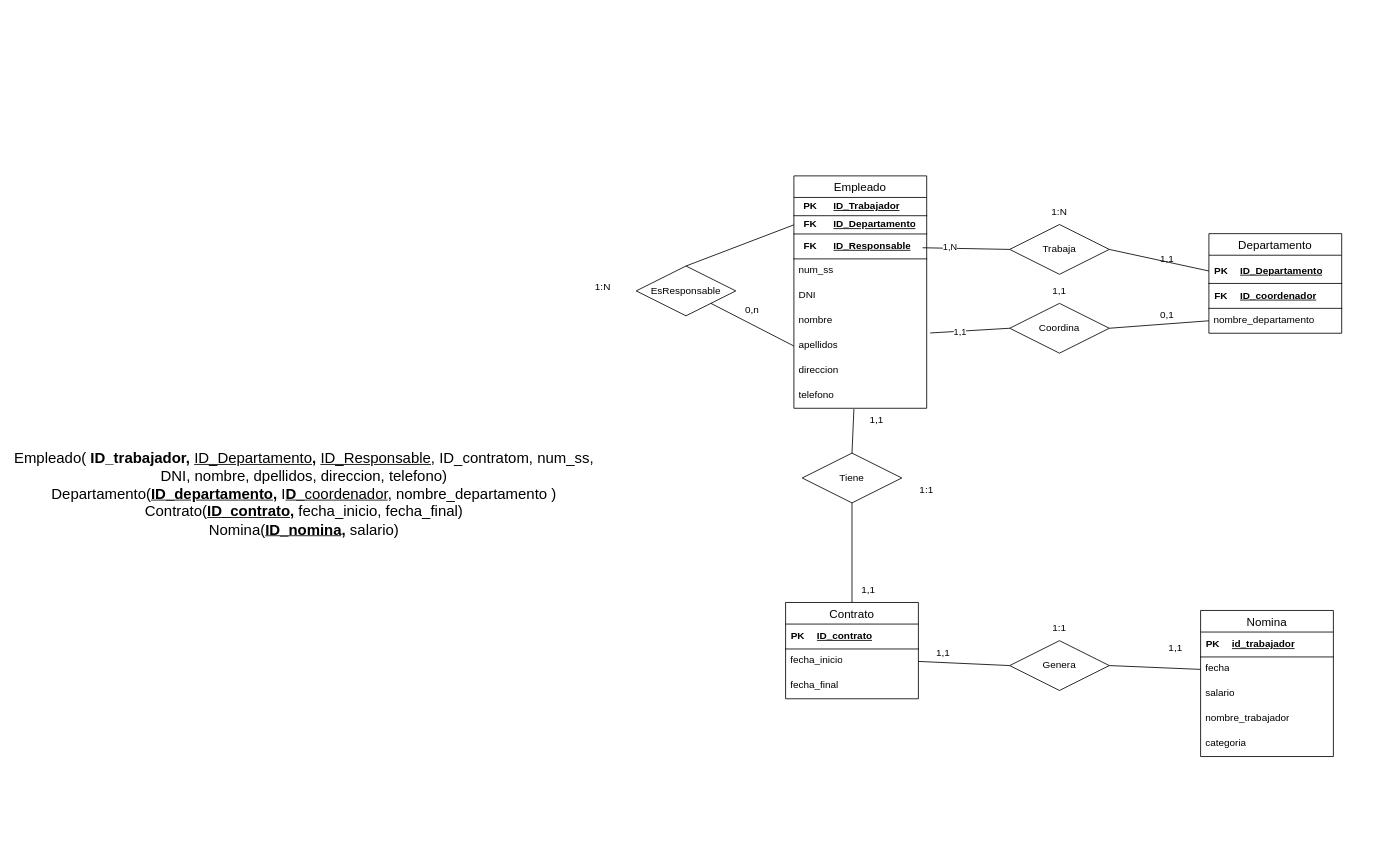
The draw.io diagram Ejercicio07.drawio in Daninuro/diagrames-cvf-dn-mpl-n-11102023, before the edit. Source tidied: cells renumbered, new cells numbered last; positions are measured from the earlier drawing's top-left corner, leaving out a move shared by most shapes. Both pictures are drawn from the tidied source at 83%, with x=0, y=0 at pixel (30, 175).
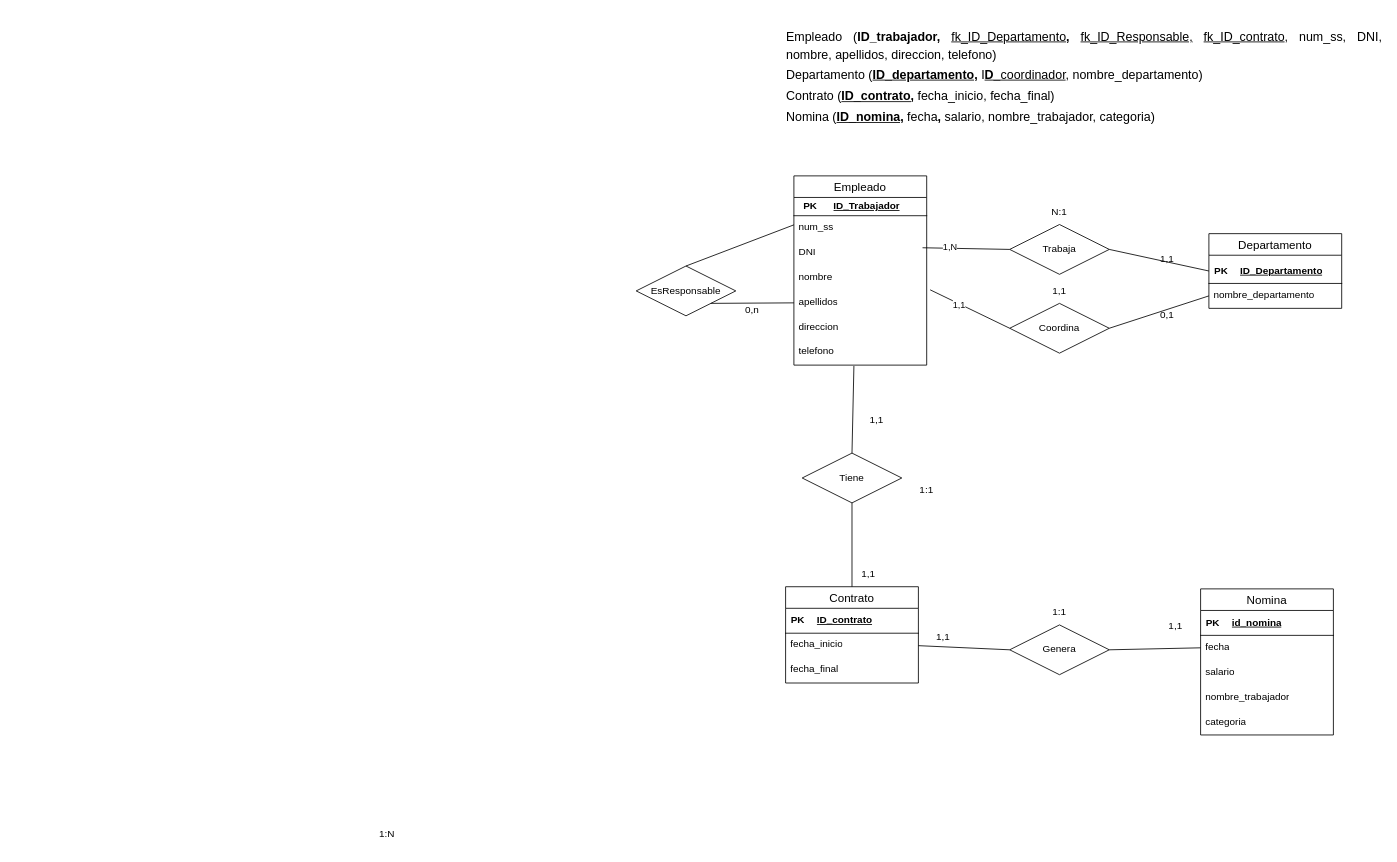
The same page after the edit.

Unchanged cells that the change refers to:
```xml
<mxCell id="37" style="shape=tableRow;horizontal=0;startSize=0;swimlaneHead=0;swimlaneBody=0;fillColor=none;top=0;left=0;right=0;bottom=1;" parent="36" vertex="1">
  <mxGeometry width="160" height="30" as="geometry" />
</mxCell>
<mxCell id="62" value="EsResponsable" style="shape=rhombus;perimeter=rhombusPerimeter;whiteSpace=wrap;html=1;align=center;" parent="1" vertex="1">
  <mxGeometry x="730" y="109" width="120" height="60" as="geometry" />
</mxCell>
```

What changed in the source:
```diff
@@
     <mxCell id="2" value="Empleado" style="swimlane;fontStyle=0;horizontal=1;startSize=26;align=center;fontSize=14;" parent="1" vertex="1">
-      <mxGeometry x="920" y="0.4" width="160" height="280" as="geometry" />
+      <mxGeometry x="920" y="0.4" width="160" height="228" as="geometry" />
     </mxCell>
     <mxCell id="3" style="shape=table;startSize=0;childLayout=tableLayout;rowLines=0;fontStyle=0;align=center;strokeColor=none;fillColor=none;" parent="2" vertex="1">
-      <mxGeometry y="26" width="160" height="74" as="geometry" />
+      <mxGeometry y="26" width="160" height="22" as="geometry" />
     </mxCell>
@@
-    <mxCell id="7" style="shape=tableRow;horizontal=0;startSize=0;swimlaneHead=0;swimlaneBody=0;fillColor=none;points=[[0,0.5],[1,0.5]];portConstraint=eastwest;top=0;left=0;right=0;bottom=1;" parent="3" vertex="1">
-      <mxGeometry y="22" width="160" height="22" as="geometry" />
-    </mxCell>
-    <mxCell id="8" value="FK" style="shape=partialRectangle;fillColor=none;top=0;left=0;bottom=0;right=0;fontStyle=1;overflow=hidden;whiteSpace=wrap;html=1;" parent="7" vertex="1">
-      <mxGeometry width="40" height="22" as="geometry" />
-    </mxCell>
-    <mxCell id="9" value="ID_Departamento" style="shape=partialRectangle;fillColor=none;top=0;left=0;bottom=0;right=0;align=left;spacingLeft=6;fontStyle=5;overflow=hidden;whiteSpace=wrap;html=1;" parent="7" vertex="1">
-      <mxGeometry x="40" width="120" height="22" as="geometry" />
-    </mxCell>
-    <mxCell id="10" style="shape=tableRow;horizontal=0;startSize=0;swimlaneHead=0;swimlaneBody=0;fillColor=none;top=0;left=0;right=0;bottom=1;" parent="3" vertex="1">
-      <mxGeometry y="44" width="160" height="30" as="geometry" />
-    </mxCell>
-    <mxCell id="11" value="FK" style="shape=partialRectangle;fillColor=none;top=0;left=0;bottom=0;right=0;fontStyle=1;overflow=hidden;whiteSpace=wrap;html=1;" parent="10" vertex="1">
-      <mxGeometry width="40" height="30" as="geometry" />
-    </mxCell>
-    <mxCell id="12" value="ID_Responsable" style="shape=partialRectangle;fillColor=none;top=0;left=0;bottom=0;right=0;align=left;spacingLeft=6;fontStyle=5;overflow=hidden;whiteSpace=wrap;html=1;" parent="10" vertex="1">
-      <mxGeometry x="40" width="120" height="30" as="geometry" />
-    </mxCell>
     <mxCell id="13" value="num_ss" style="text;strokeColor=none;fillColor=none;spacingLeft=4;spacingRight=4;overflow=hidden;fontSize=12;whiteSpace=wrap;html=1;" parent="2" vertex="1">
-      <mxGeometry y="100" width="160" height="30" as="geometry" />
+      <mxGeometry y="48" width="160" height="30" as="geometry" />
     </mxCell>
     <mxCell id="14" value="DNI" style="text;strokeColor=none;fillColor=none;spacingLeft=4;spacingRight=4;overflow=hidden;fontSize=12;whiteSpace=wrap;html=1;" parent="2" vertex="1">
-      <mxGeometry y="130" width="160" height="30" as="geometry" />
+      <mxGeometry y="78" width="160" height="30" as="geometry" />
     </mxCell>
     <mxCell id="15" value="nombre" style="text;strokeColor=none;fillColor=none;spacingLeft=4;spacingRight=4;overflow=hidden;fontSize=12;whiteSpace=wrap;html=1;" parent="2" vertex="1">
-      <mxGeometry y="160" width="160" height="30" as="geometry" />
+      <mxGeometry y="108" width="160" height="30" as="geometry" />
     </mxCell>
     <mxCell id="16" value="apellidos" style="text;strokeColor=none;fillColor=none;spacingLeft=4;spacingRight=4;overflow=hidden;points=[[0,0.5],[1,0.5]];portConstraint=eastwest;fontSize=12;whiteSpace=wrap;html=1;" parent="2" vertex="1">
-      <mxGeometry y="190" width="160" height="30" as="geometry" />
+      <mxGeometry y="138" width="160" height="30" as="geometry" />
     </mxCell>
     <mxCell id="17" value="direccion" style="text;strokeColor=none;fillColor=none;spacingLeft=4;spacingRight=4;overflow=hidden;fontSize=12;whiteSpace=wrap;html=1;" parent="2" vertex="1">
-      <mxGeometry y="220" width="160" height="30" as="geometry" />
+      <mxGeometry y="168" width="160" height="30" as="geometry" />
     </mxCell>
     <mxCell id="18" value="telefono" style="text;strokeColor=none;fillColor=none;spacingLeft=4;spacingRight=4;overflow=hidden;points=[[0,0.5],[1,0.5]];portConstraint=eastwest;fontSize=12;whiteSpace=wrap;html=1;" parent="2" vertex="1">
-      <mxGeometry y="250" width="160" height="30" as="geometry" />
+      <mxGeometry y="198" width="160" height="30" as="geometry" />
     </mxCell>
     <mxCell id="19" value="Contrato" style="swimlane;fontStyle=0;horizontal=1;startSize=26;align=center;fontSize=14;" parent="1" vertex="1">
-      <mxGeometry x="910" y="514.4" width="160" height="116" as="geometry" />
+      <mxGeometry x="910" y="495.4" width="160" height="116" as="geometry" />
     </mxCell>
@@
     <mxCell id="26" value="Departamento" style="swimlane;fontStyle=0;horizontal=1;startSize=26;align=center;fontSize=14;" parent="1" vertex="1">
-      <mxGeometry x="1420" y="70" width="160" height="120" as="geometry" />
+      <mxGeometry x="1420" y="70" width="160" height="90" as="geometry" />
     </mxCell>
     <mxCell id="27" style="shape=table;startSize=4;childLayout=tableLayout;rowLines=0;fontStyle=0;align=center;strokeColor=none;fillColor=none;" parent="26" vertex="1">
-      <mxGeometry y="26" width="160" height="64" as="geometry" />
+      <mxGeometry y="26" width="160" height="34" as="geometry" />
     </mxCell>
@@
-    <mxCell id="31" style="shape=tableRow;horizontal=0;startSize=0;swimlaneHead=0;swimlaneBody=0;fillColor=none;top=0;left=0;right=0;bottom=1;" parent="27" vertex="1">
-      <mxGeometry y="34" width="160" height="30" as="geometry" />
-    </mxCell>
-    <mxCell id="32" value="FK" style="shape=partialRectangle;fillColor=none;top=0;left=0;bottom=0;right=0;fontStyle=1;overflow=hidden;whiteSpace=wrap;html=1;" parent="31" vertex="1">
-      <mxGeometry width="30" height="30" as="geometry" />
-    </mxCell>
-    <mxCell id="33" value="ID_coordenador" style="shape=partialRectangle;fillColor=none;top=0;left=0;bottom=0;right=0;align=left;spacingLeft=6;fontStyle=5;overflow=hidden;whiteSpace=wrap;html=1;" parent="31" vertex="1">
-      <mxGeometry x="30" width="130" height="30" as="geometry" />
-    </mxCell>
     <mxCell id="34" value="nombre_departamento" style="text;strokeColor=none;fillColor=none;spacingLeft=4;spacingRight=4;overflow=hidden;points=[[0,0.5],[1,0.5]];portConstraint=eastwest;fontSize=12;whiteSpace=wrap;html=1;" parent="26" vertex="1">
-      <mxGeometry y="90" width="160" height="30" as="geometry" />
+      <mxGeometry y="60" width="160" height="30" as="geometry" />
     </mxCell>
     <mxCell id="35" value="Nomina" style="swimlane;fontStyle=0;horizontal=1;startSize=26;align=center;fontSize=14;" parent="1" vertex="1">
-      <mxGeometry x="1410" y="524" width="160" height="176" as="geometry" />
+      <mxGeometry x="1410" y="498" width="160" height="176" as="geometry" />
     </mxCell>
@@
-    <mxCell id="39" value="id_trabajador" style="shape=partialRectangle;fillColor=none;top=0;left=0;bottom=0;right=0;align=left;spacingLeft=6;fontStyle=5;overflow=hidden;whiteSpace=wrap;html=1;" parent="37" vertex="1">
+    <mxCell id="39" value="id_nomina" style="shape=partialRectangle;fillColor=none;top=0;left=0;bottom=0;right=0;align=left;spacingLeft=6;fontStyle=5;overflow=hidden;whiteSpace=wrap;html=1;" parent="37" vertex="1">
       <mxGeometry x="30" width="130" height="30" as="geometry" />
     </mxCell>
@@
     <mxCell id="45" value="Genera" style="shape=rhombus;perimeter=rhombusPerimeter;whiteSpace=wrap;html=1;align=center;" parent="1" vertex="1">
-      <mxGeometry x="1180" y="560.4" width="120" height="60" as="geometry" />
+      <mxGeometry x="1180" y="541.4" width="120" height="60" as="geometry" />
     </mxCell>
@@
-    <mxCell id="55" value="1:N" style="text;html=1;strokeColor=none;fillColor=none;align=center;verticalAlign=middle;whiteSpace=wrap;rounded=0;" parent="1" vertex="1">
+    <mxCell id="55" value="N:1" style="text;html=1;strokeColor=none;fillColor=none;align=center;verticalAlign=middle;whiteSpace=wrap;rounded=0;" parent="1" vertex="1">
       <mxGeometry x="1210" y="29" width="60" height="30" as="geometry" />
     </mxCell>
@@
     <mxCell id="57" value="1,1" style="text;html=1;strokeColor=none;fillColor=none;align=center;verticalAlign=middle;whiteSpace=wrap;rounded=0;" parent="1" vertex="1">
-      <mxGeometry x="980" y="484.4" width="60" height="30" as="geometry" />
+      <mxGeometry x="980" y="465.4" width="60" height="30" as="geometry" />
     </mxCell>
     <mxCell id="58" value="1,1" style="text;html=1;strokeColor=none;fillColor=none;align=center;verticalAlign=middle;whiteSpace=wrap;rounded=0;" parent="1" vertex="1">
-      <mxGeometry x="1070" y="560.4" width="60" height="30" as="geometry" />
+      <mxGeometry x="1070" y="541.4" width="60" height="30" as="geometry" />
     </mxCell>
     <mxCell id="59" value="1:1" style="text;html=1;strokeColor=none;fillColor=none;align=center;verticalAlign=middle;whiteSpace=wrap;rounded=0;" parent="1" vertex="1">
-      <mxGeometry x="1210" y="530.4" width="60" height="30" as="geometry" />
+      <mxGeometry x="1210" y="511.4" width="60" height="30" as="geometry" />
     </mxCell>
     <mxCell id="60" value="1,1" style="text;html=1;strokeColor=none;fillColor=none;align=center;verticalAlign=middle;whiteSpace=wrap;rounded=0;" parent="1" vertex="1">
-      <mxGeometry x="1350" y="554.4" width="60" height="30" as="geometry" />
+      <mxGeometry x="1350" y="528.4" width="60" height="30" as="geometry" />
     </mxCell>
@@
-    <mxCell id="64" style="endArrow=none;html=1;rounded=0;exitX=0.5;exitY=0;exitDx=0;exitDy=0;entryX=0;entryY=0.5;entryDx=0;entryDy=0;" parent="1" edge="1" source="62" target="7">
-      <mxGeometry relative="1" as="geometry" />
+    <mxCell id="64" style="endArrow=none;html=1;rounded=0;exitX=0.5;exitY=0;exitDx=0;exitDy=0;entryX=0;entryY=0.5;entryDx=0;entryDy=0;" parent="1" edge="1" source="62">
+      <mxGeometry relative="1" as="geometry">
+        <mxPoint x="920" y="59.4" as="targetPoint" />
+      </mxGeometry>
     </mxCell>
     <mxCell id="65" value="1:N" style="text;html=1;strokeColor=none;fillColor=none;align=center;verticalAlign=middle;whiteSpace=wrap;rounded=0;" parent="1" vertex="1">
-      <mxGeometry x="660" y="119" width="60" height="30" as="geometry" />
+      <mxGeometry x="400" y="779" width="60" height="30" as="geometry" />
     </mxCell>
-    <mxCell id="66" value="&lt;font style=&quot;font-size: 18px;&quot;&gt;Empleado(&lt;b style=&quot;&quot;&gt;&amp;nbsp;ID_trabajador,&amp;nbsp;&lt;/b&gt;&lt;u style=&quot;&quot;&gt;ID_Departamento&lt;b&gt;,&lt;/b&gt;&lt;/u&gt;&lt;b style=&quot;&quot;&gt;&amp;nbsp;&lt;/b&gt;&lt;u style=&quot;&quot;&gt;ID_Responsable,&lt;/u&gt;&amp;nbsp;ID_contratom,&amp;nbsp;num_ss, DNI, nombre, dpellidos, direccion, telefono)&lt;br&gt;Departamento(&lt;u style=&quot;border-color: var(--border-color); font-weight: bold;&quot;&gt;ID_departamento,&lt;/u&gt;&amp;nbsp;I&lt;u style=&quot;border-color: var(--border-color);&quot;&gt;&lt;span style=&quot;border-color: var(--border-color); font-weight: bold;&quot;&gt;D_&lt;/span&gt;coordenador&lt;/u&gt;, nombre_departamento )&lt;br style=&quot;border-color: var(--border-color);&quot;&gt;Contrato(&lt;u style=&quot;font-weight: bold;&quot;&gt;ID_contrato,&lt;/u&gt;&lt;span style=&quot;font-weight: bold;&quot;&gt;&amp;nbsp;&lt;/span&gt;fecha_inicio, fecha_final)&lt;br&gt;Nomina(&lt;b style=&quot;&quot;&gt;&lt;u&gt;ID_nomina,&lt;/u&gt;&amp;nbsp;&lt;/b&gt;salario)&lt;br&gt;&lt;/font&gt;" style="text;html=1;strokeColor=none;fillColor=none;align=center;verticalAlign=middle;whiteSpace=wrap;rounded=0;" parent="1" vertex="1">
-      <mxGeometry y="154" width="660" height="460" as="geometry" />
+    <mxCell id="66" value="&lt;p style=&quot;line-height: 180%; font-size: 17px;&quot;&gt;&lt;/p&gt;&lt;div style=&quot;text-align: justify; line-height: 170%;&quot;&gt;&lt;span style=&quot;font-size: 15px; background-color: initial;&quot;&gt;Empleado (&lt;/span&gt;&lt;span style=&quot;font-size: 15px; background-color: initial;&quot;&gt;&lt;b&gt;ID_trabajador, &lt;/b&gt;&lt;u style=&quot;&quot;&gt;fk_&lt;/u&gt;&lt;/span&gt;&lt;u style=&quot;font-size: 15px; background-color: initial;&quot;&gt;ID_Departamento&lt;b&gt;,&lt;/b&gt;&lt;/u&gt;&lt;b style=&quot;font-size: 15px; background-color: initial;&quot;&gt;&amp;nbsp;&lt;/b&gt;&lt;span style=&quot;font-size: 15px; background-color: initial;&quot;&gt;&lt;u&gt;fk_&lt;/u&gt;&lt;/span&gt;&lt;u style=&quot;font-size: 15px; background-color: initial;&quot;&gt;ID_Responsable,&lt;/u&gt;&lt;span style=&quot;font-size: 15px; background-color: initial;&quot;&gt;&amp;nbsp;&lt;u&gt;fk_ID_contrato&lt;/u&gt;,&amp;nbsp;num_ss, DNI, nombre, apellidos, direccion, telefono)&lt;/span&gt;&lt;/div&gt;&lt;font style=&quot;font-size: 15px;&quot;&gt;&lt;div style=&quot;text-align: justify; line-height: 170%;&quot;&gt;&lt;span style=&quot;background-color: initial;&quot;&gt;Departamento (&lt;/span&gt;&lt;u style=&quot;background-color: initial; border-color: var(--border-color); font-weight: bold;&quot;&gt;ID_departamento,&lt;/u&gt;&lt;span style=&quot;background-color: initial;&quot;&gt;&amp;nbsp;I&lt;/span&gt;&lt;u style=&quot;background-color: initial; border-color: var(--border-color);&quot;&gt;&lt;span style=&quot;border-color: var(--border-color); font-weight: bold;&quot;&gt;D_&lt;/span&gt;coordinador&lt;/u&gt;&lt;span style=&quot;background-color: initial;&quot;&gt;, nombre_departamento)&lt;/span&gt;&lt;/div&gt;&lt;font style=&quot;font-size: 15px;&quot;&gt;&lt;div style=&quot;text-align: justify; line-height: 170%;&quot;&gt;&lt;span style=&quot;background-color: initial;&quot;&gt;Contrato (&lt;/span&gt;&lt;u style=&quot;background-color: initial; font-weight: bold;&quot;&gt;ID_contrato,&lt;/u&gt;&lt;span style=&quot;background-color: initial; font-weight: bold;&quot;&gt;&amp;nbsp;&lt;/span&gt;&lt;span style=&quot;background-color: initial;&quot;&gt;fecha_inicio, fecha_final)&lt;/span&gt;&lt;/div&gt;&lt;div style=&quot;text-align: justify; line-height: 170%;&quot;&gt;&lt;span style=&quot;background-color: initial;&quot;&gt;Nomina (&lt;/span&gt;&lt;b style=&quot;background-color: initial;&quot;&gt;&lt;u&gt;ID_nomina,&lt;/u&gt;&amp;nbsp;&lt;/b&gt;&lt;span style=&quot;background-color: initial;&quot;&gt;fecha&lt;/span&gt;&lt;b style=&quot;background-color: initial;&quot;&gt;,&amp;nbsp;&lt;/b&gt;&lt;span style=&quot;background-color: initial;&quot;&gt;salario, nombre_trabajador, categoria)&lt;/span&gt;&lt;/div&gt;&lt;/font&gt;&lt;/font&gt;&lt;p&gt;&lt;/p&gt;" style="text;html=1;strokeColor=none;fillColor=none;align=center;verticalAlign=middle;whiteSpace=wrap;rounded=0;" parent="1" vertex="1">
+      <mxGeometry x="910" y="-190.6" width="720" height="140.4" as="geometry" />
     </mxCell>
```
